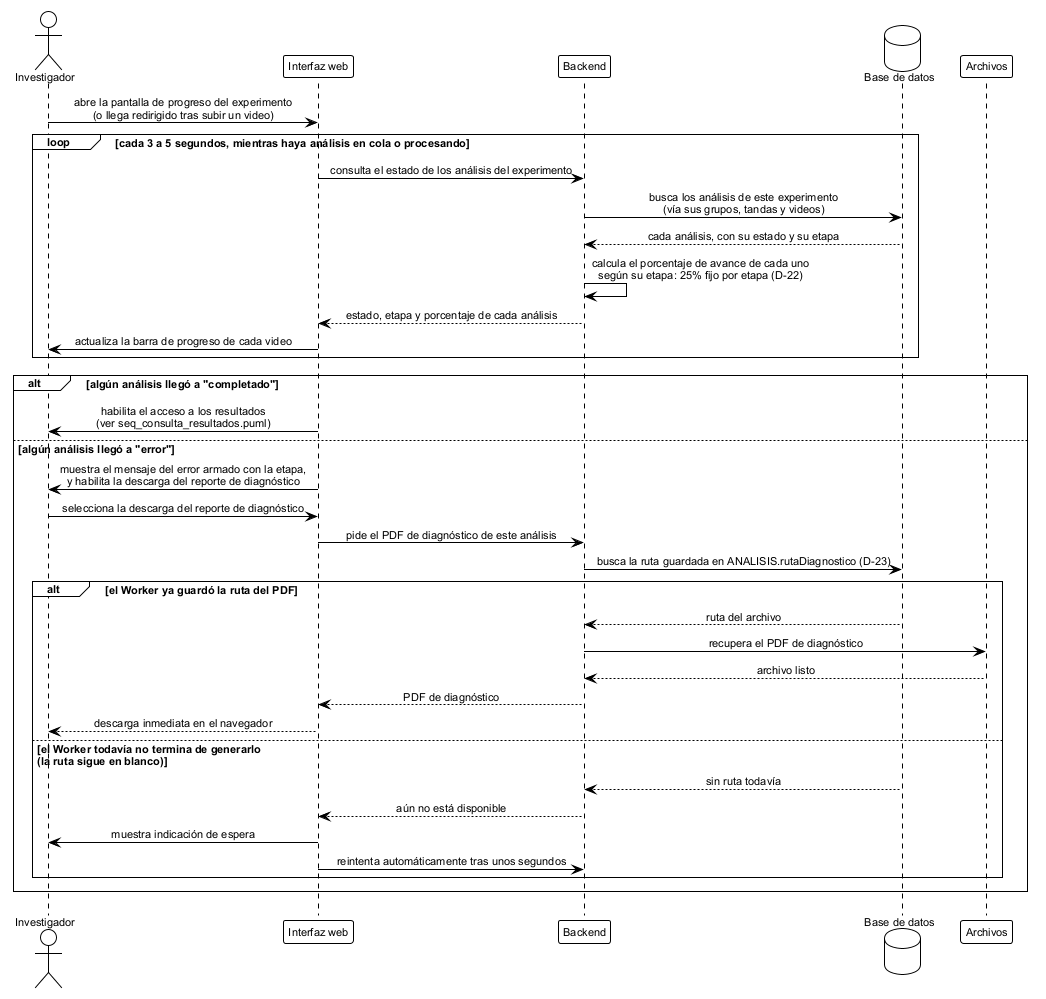
Before: figures/mermaid/seq_consulta_progreso.png, a diagram exported from PlantUML (ErickJester/fst-ai-system-latex).
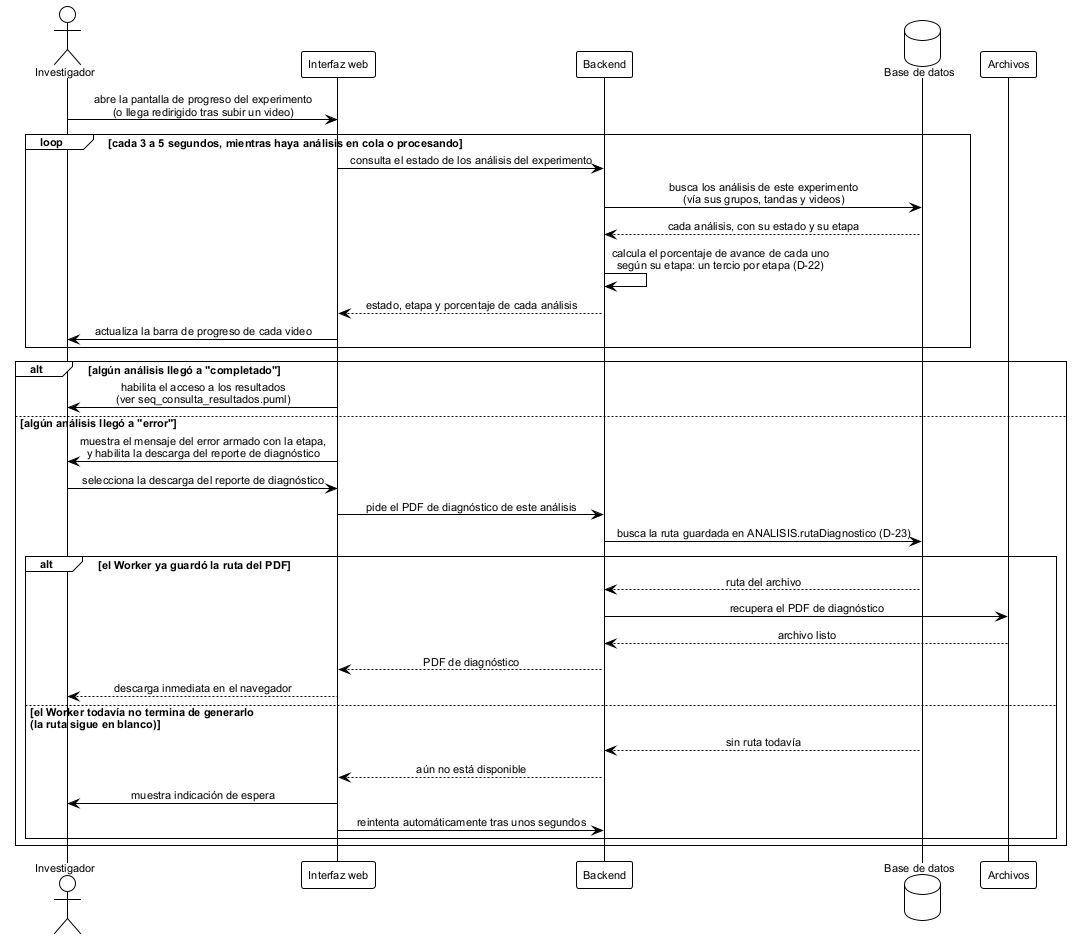
Above is the later version.

The edit, as a diff of the source:
```diff
@@ -19,7 +19,7 @@
   ui -> api: consulta el estado de los análisis del experimento
   api -> db: busca los análisis de este experimento\n(vía sus grupos, tandas y videos)
   db --> api: cada análisis, con su estado y su etapa
-  api -> api: calcula el porcentaje de avance de cada uno\nsegún su etapa: 25% fijo por etapa (D-22)
+  api -> api: calcula el porcentaje de avance de cada uno\nsegún su etapa: un tercio por etapa (D-22)
   api --> ui: estado, etapa y porcentaje de cada análisis
   ui -> inv: actualiza la barra de progreso de cada video
 end
```
